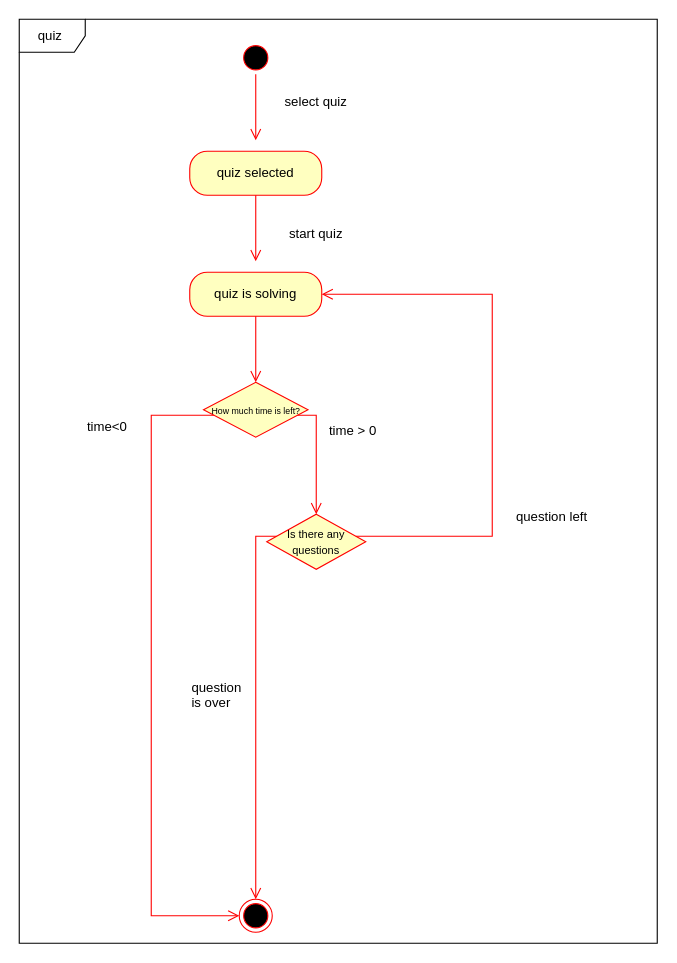
Earlier version of the draw.io diagram Диаграмма без названия.drawio (dadyarri/lms-diagrams). Source tidied: cells renumbered, new cells numbered last; positions are measured from the earlier drawing's top-left corner, leaving out a move shared by most shapes. Both pictures are drawn from the tidied source at 110%, with x=0, y=0 at pixel (19, 19).
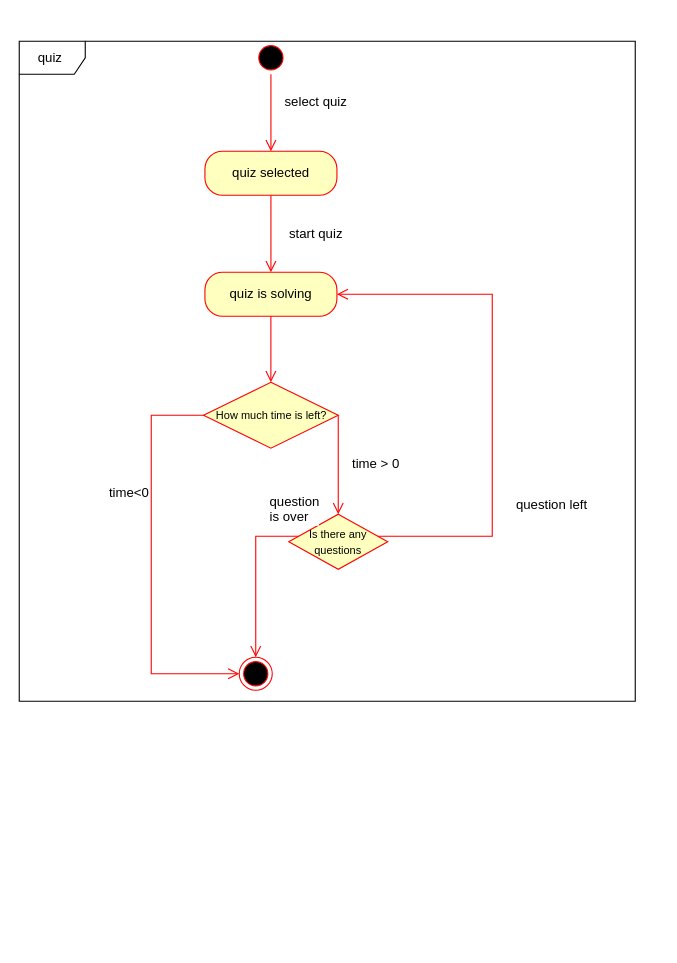
The same page after the edit.

Diff of the diagram source:
```diff
@@
     <mxCell id="2" value="quiz&amp;nbsp;" style="shape=umlFrame;whiteSpace=wrap;html=1;fontSize=12;" parent="1" vertex="1">
-      <mxGeometry width="580" height="840" as="geometry" />
+      <mxGeometry y="20" width="560" height="600" as="geometry" />
     </mxCell>
     <mxCell id="3" style="ellipse;html=1;shape=startState;fillColor=#000000;strokeColor=#ff0000;fontSize=12;" parent="1" vertex="1">
-      <mxGeometry x="200" y="20" width="30" height="30" as="geometry" />
+      <mxGeometry x="213.8" y="20" width="30" height="30" as="geometry" />
     </mxCell>
-    <mxCell id="4" style="edgeStyle=orthogonalEdgeStyle;html=1;verticalAlign=bottom;endArrow=open;endSize=8;strokeColor=#ff0000;rounded=0;fontSize=12;" parent="1" edge="1" source="3">
-      <mxGeometry relative="1" as="geometry">
-        <mxPoint x="215" y="110" as="targetPoint" />
-      </mxGeometry>
+    <mxCell id="4" style="edgeStyle=orthogonalEdgeStyle;html=1;verticalAlign=bottom;endArrow=open;endSize=8;strokeColor=#ff0000;rounded=0;fontSize=12;entryX=0.5;entryY=0;entryDx=0;entryDy=0;" parent="1" edge="1" source="3" target="5">
+      <mxGeometry relative="1" as="geometry" />
     </mxCell>
     <mxCell id="5" value="quiz selected" style="rounded=1;whiteSpace=wrap;html=1;arcSize=40;fontColor=#000000;fillColor=#ffffc0;strokeColor=#ff0000;fontSize=12;" parent="1" vertex="1">
-      <mxGeometry x="155" y="120" width="120" height="40" as="geometry" />
+      <mxGeometry x="168.8" y="120" width="120" height="40" as="geometry" />
     </mxCell>
-    <mxCell id="6" style="edgeStyle=orthogonalEdgeStyle;html=1;verticalAlign=bottom;endArrow=open;endSize=8;strokeColor=#ff0000;rounded=0;fontSize=12;" parent="1" edge="1" source="5">
-      <mxGeometry relative="1" as="geometry">
-        <mxPoint x="215" y="220" as="targetPoint" />
-      </mxGeometry>
+    <mxCell id="6" style="edgeStyle=orthogonalEdgeStyle;html=1;verticalAlign=bottom;endArrow=open;endSize=8;strokeColor=#ff0000;rounded=0;fontSize=12;entryX=0.5;entryY=0;entryDx=0;entryDy=0;" parent="1" edge="1" source="5" target="7">
+      <mxGeometry relative="1" as="geometry" />
     </mxCell>
     <mxCell id="7" value="quiz is solving" style="rounded=1;whiteSpace=wrap;html=1;arcSize=40;fontColor=#000000;fillColor=#ffffc0;strokeColor=#ff0000;fontSize=12;" parent="1" vertex="1">
-      <mxGeometry x="155" y="230" width="120" height="40" as="geometry" />
+      <mxGeometry x="168.8" y="230" width="120" height="40" as="geometry" />
     </mxCell>
-    <mxCell id="8" style="edgeStyle=orthogonalEdgeStyle;html=1;verticalAlign=bottom;endArrow=open;endSize=8;strokeColor=#ff0000;rounded=0;fontSize=12;" parent="1" edge="1" source="7">
-      <mxGeometry relative="1" as="geometry">
-        <mxPoint x="215" y="330" as="targetPoint" />
-      </mxGeometry>
+    <mxCell id="8" style="edgeStyle=orthogonalEdgeStyle;html=1;verticalAlign=bottom;endArrow=open;endSize=8;strokeColor=#ff0000;rounded=0;fontSize=12;entryX=0.5;entryY=0;entryDx=0;entryDy=0;" parent="1" edge="1" source="7" target="9">
+      <mxGeometry relative="1" as="geometry" />
     </mxCell>
-    <mxCell id="9" value="&lt;font style=&quot;font-size: 8px;&quot;&gt;How much time is left?&lt;/font&gt;" style="rhombus;whiteSpace=wrap;html=1;fillColor=#ffffc0;strokeColor=#ff0000;fontSize=12;" parent="1" vertex="1">
-      <mxGeometry x="167.5" y="330" width="95" height="50" as="geometry" />
+    <mxCell id="9" value="&lt;font style=&quot;font-size: 10px;&quot;&gt;How much time is left?&lt;/font&gt;" style="rhombus;whiteSpace=wrap;html=1;fillColor=#ffffc0;strokeColor=#ff0000;fontSize=12;" parent="1" vertex="1">
+      <mxGeometry x="167.5" y="330" width="122.5" height="60" as="geometry" />
     </mxCell>
-    <mxCell id="10" value="time&amp;lt;0" style="edgeStyle=orthogonalEdgeStyle;html=1;align=left;verticalAlign=bottom;endArrow=open;endSize=8;strokeColor=#ff0000;rounded=0;fontSize=12;" parent="1" edge="1" source="9">
-      <mxGeometry x="-1" y="-194" relative="1" as="geometry">
-        <mxPoint x="270" y="450" as="targetPoint" />
+    <mxCell id="10" value="time&amp;lt;0" style="edgeStyle=orthogonalEdgeStyle;html=1;align=left;verticalAlign=bottom;endArrow=open;endSize=8;strokeColor=#ff0000;rounded=0;fontSize=12;entryX=0.5;entryY=0;entryDx=0;entryDy=0;exitX=1;exitY=0.5;exitDx=0;exitDy=0;" parent="1" edge="1" source="9" target="12">
+      <mxGeometry x="0.77" y="-210" relative="1" as="geometry">
         <Array as="points">
-          <mxPoint x="270" y="360" />
-          <mxPoint x="270" y="440" />
+          <mxPoint x="290" y="400" />
+          <mxPoint x="290" y="400" />
         </Array>
-        <mxPoint x="-193" y="-174" as="offset" />
       </mxGeometry>
     </mxCell>
-    <mxCell id="11" value="time &amp;gt; 0" style="edgeStyle=orthogonalEdgeStyle;html=1;align=left;verticalAlign=top;endArrow=open;endSize=8;strokeColor=#ff0000;rounded=0;fontSize=12;entryX=0;entryY=0.5;entryDx=0;entryDy=0;" parent="1" edge="1" source="9" target="15">
-      <mxGeometry x="-1" y="103" relative="1" as="geometry">
+    <mxCell id="11" value="time &amp;gt; 0" style="edgeStyle=orthogonalEdgeStyle;html=1;align=left;verticalAlign=top;endArrow=open;endSize=8;strokeColor=#ff0000;rounded=0;fontSize=12;entryX=0;entryY=0.5;entryDx=0;entryDy=0;exitX=0;exitY=0.5;exitDx=0;exitDy=0;" parent="1" edge="1" source="9" target="15">
+      <mxGeometry x="-1" y="136" relative="1" as="geometry">
         <Array as="points">
           <mxPoint x="120" y="360" />
-          <mxPoint x="120" y="815" />
+          <mxPoint x="120" y="595" />
         </Array>
-        <mxPoint x="103" y="-103" as="offset" />
+        <mxPoint x="133" y="-106" as="offset" />
       </mxGeometry>
     </mxCell>
     <mxCell id="12" value="&lt;font style=&quot;font-size: 10px;&quot;&gt;Is there any questions&lt;/font&gt;" style="rhombus;whiteSpace=wrap;html=1;fillColor=#ffffc0;strokeColor=#ff0000;fontSize=12;" parent="1" vertex="1">
-      <mxGeometry x="225" y="450" width="90" height="50" as="geometry" />
+      <mxGeometry x="245" y="450" width="90" height="50" as="geometry" />
     </mxCell>
@@
     <mxCell id="14" value="question &lt;br&gt;is over" style="edgeStyle=orthogonalEdgeStyle;html=1;align=left;verticalAlign=top;endArrow=open;endSize=8;strokeColor=#ff0000;rounded=0;fontSize=12;entryX=0.5;entryY=0;entryDx=0;entryDy=0;" parent="1" edge="1" source="12" target="15">
-      <mxGeometry x="-0.18" y="-60" relative="1" as="geometry">
+      <mxGeometry x="-0.63" y="-45" relative="1" as="geometry">
         <Array as="points">
           <mxPoint x="215" y="470" />
         </Array>
       </mxGeometry>
     </mxCell>
     <mxCell id="15" style="ellipse;html=1;shape=endState;fillColor=#000000;strokeColor=#ff0000;fontSize=12;" parent="1" vertex="1">
-      <mxGeometry x="200" y="800" width="30" height="30" as="geometry" />
+      <mxGeometry x="200" y="580" width="30" height="30" as="geometry" />
     </mxCell>
```
